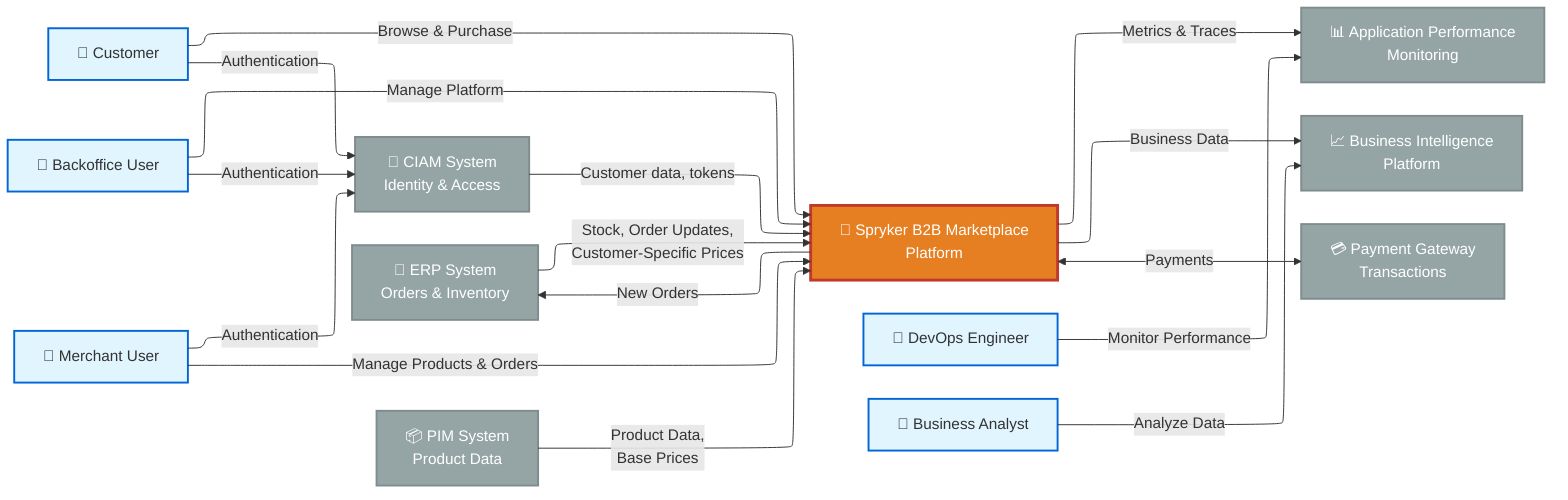
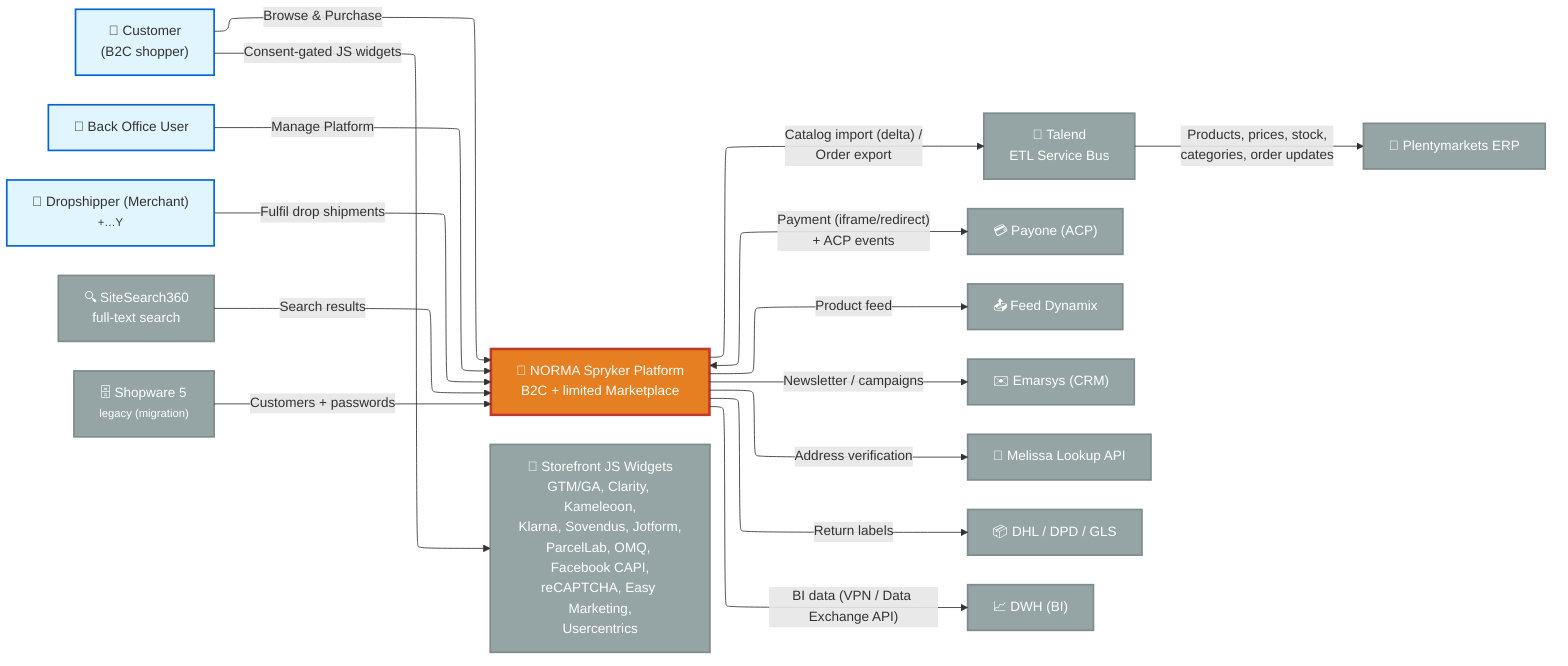
---
config:
  layout: elk
---
flowchart LR
-     Customer["👤 Customer"] -- Browse & Purchase --> Spryker["🛒 Spryker B2B Marketplace<br>Platform"]
-     BackofficeUser["👤 Backoffice User"] -- Manage Platform --> Spryker
-     MerchantUser["👤 Merchant User"] -- Manage Products & Orders --> Spryker
-     DevOpsEngineer["👤 DevOps Engineer"] -- Monitor Performance --> APM["📊 Application Performance<br>Monitoring"]
-     BusinessAnalyst["👤 Business Analyst"] -- Analyze Data --> BI["📈 Business Intelligence<br>Platform"]
-     Customer -- Authentication --> CIAM["🔐 CIAM System<br>Identity &amp; Access"]
-     BackofficeUser -- Authentication --> CIAM
-     MerchantUser -- Authentication --> CIAM
-     Spryker -- New Orders --> ERP["💾 ERP System<br>Orders &amp; Inventory"]
-     PIM["📦 PIM System<br>Product Data"] -- Product Data,<br>Base Prices --> Spryker
-     Spryker <-- Payments --> Payment["💳 Payment Gateway<br>Transactions"]
-     CIAM -- Customer data, tokens --> Spryker
-     ERP -- Stock, Order Updates,<br>Customer-Specific Prices --> Spryker
-     Spryker -- Metrics & Traces --> APM
-     Spryker -- Business Data --> BI
+     Customer["👤 Customer<br>(B2C shopper)"] -- Browse & Purchase --> Spryker["🛒 NORMA Spryker Platform<br>B2C + limited Marketplace"]
+     BackofficeUser["👤 Back Office User"] -- Manage Platform --> Spryker
+     Dropshipper["👤 Dropshipper (Merchant)<br><small>+…Y</small>"] -- Fulfil drop shipments --> Spryker
+ 
+     Spryker -- "Catalog import (delta) /<br>Order export" --> Talend["🔀 Talend<br>ETL Service Bus"]
+     Talend -- "Products, prices, stock,<br>categories, order updates" --> ERP["💾 Plentymarkets ERP"]
+     Spryker <-- "Payment (iframe/redirect)<br>+ ACP events" --> Payone["💳 Payone (ACP)"]
+     Spryker -- "Product feed" --> FeedDynamix["📤 Feed Dynamix"]
+     Spryker -- "Newsletter / campaigns" --> Emarsys["✉️ Emarsys (CRM)"]
+     Spryker -- "Address verification" --> Melissa["📍 Melissa Lookup API"]
+     Spryker -- "Return labels" --> Carriers["📦 DHL / DPD / GLS"]
+     Spryker -- "BI data (VPN / Data Exchange API)" --> DWH["📈 DWH (BI)"]
+     SiteSearch["🔍 SiteSearch360<br>full-text search"] -- Search results --> Spryker
+     Shopware["🗄️ Shopware 5<br><small>legacy (migration)</small>"] -- "Customers + passwords" --> Spryker
+ 
+     Customer -- "Consent-gated JS widgets" --> JSWidgets["🧩 Storefront JS Widgets<br>GTM/GA, Clarity, Kameleoon,<br>Klarna, Sovendus, Jotform,<br>ParcelLab, OMQ, Facebook CAPI,<br>reCAPTCHA, Easy Marketing,<br>Usercentrics"]

    Customer:::userStyle
+     BackofficeUser:::userStyle
+     Dropshipper:::userStyle
    Spryker:::systemStyle
-     BackofficeUser:::userStyle
-     MerchantUser:::userStyle
-     DevOpsEngineer:::userStyle
-     APM:::externalStyle
-     BusinessAnalyst:::userStyle
-     BI:::externalStyle
-     CIAM:::externalStyle
+     Talend:::externalStyle
    ERP:::externalStyle
-     PIM:::externalStyle
-     Payment:::externalStyle
+     Payone:::externalStyle
+     FeedDynamix:::externalStyle
+     Emarsys:::externalStyle
+     Melissa:::externalStyle
+     Carriers:::externalStyle
+     DWH:::externalStyle
+     SiteSearch:::externalStyle
+     Shopware:::externalStyle
+     JSWidgets:::externalStyle
    classDef userStyle fill:#e1f5ff,stroke:#0366d6,stroke-width:2px
    classDef systemStyle fill:#E67E22,stroke:#c0392b,stroke-width:3px,color:#fff
-     classDef externalStyle fill:#95A5A6,stroke:#7f8c8d,stroke-width:2px,color:#fff+     classDef externalStyle fill:#95A5A6,stroke:#7f8c8d,stroke-width:2px,color:#fff
